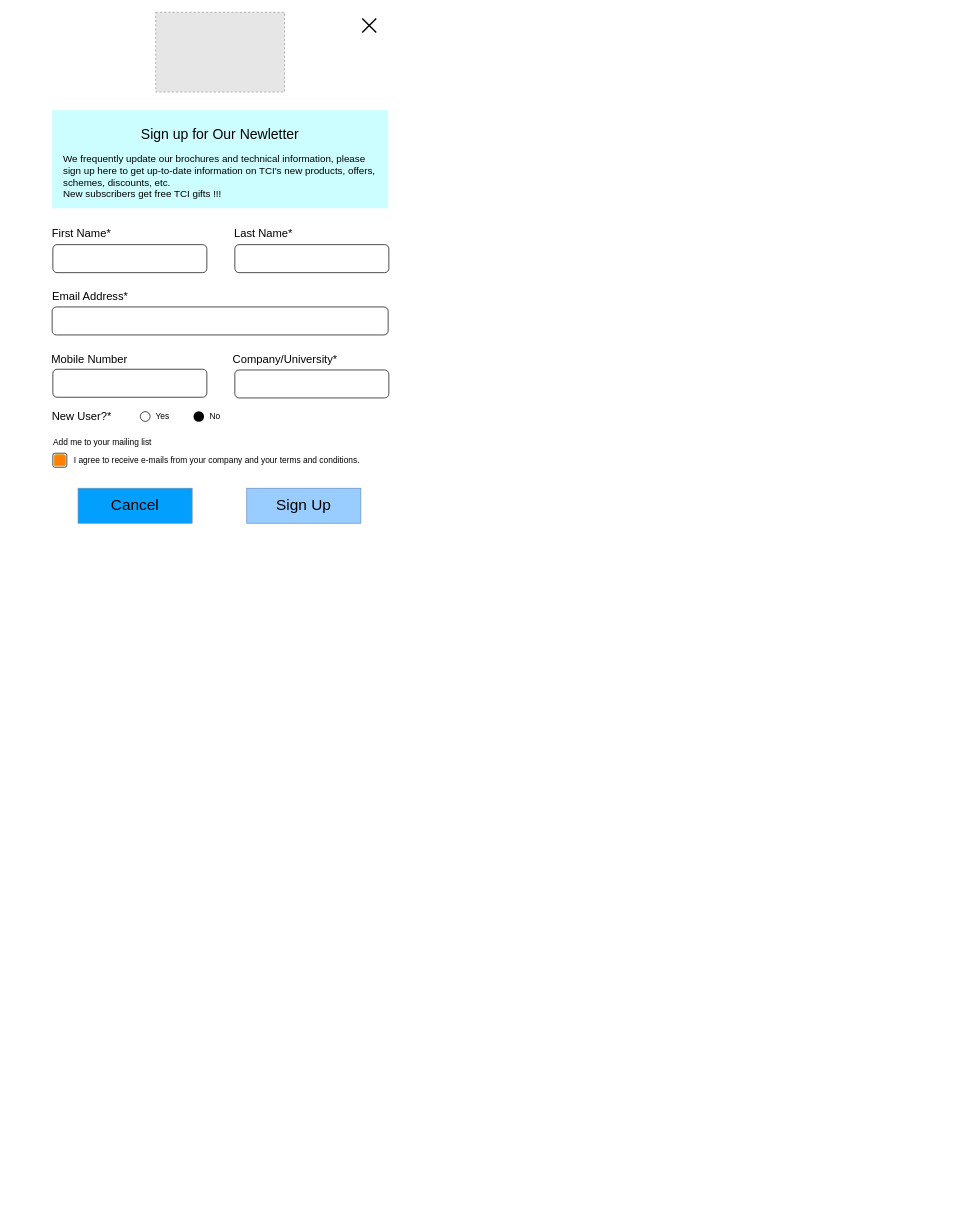
pinestran/transferfiles keeps this draw.io diagram as page "Page-3" (3 of 3) of diagrams/DrawTemp.drawio. Above is the earlier version. Source tidied: cells renumbered, new cells numbered last; positions are measured from the earlier drawing's top-left corner, leaving out a move shared by most shapes. Both pictures are drawn from the tidied source at 70%, with x=0, y=0 at pixel (42, 12). Pictures stored in the file or linked from it are replaced by grey dashed boxes.
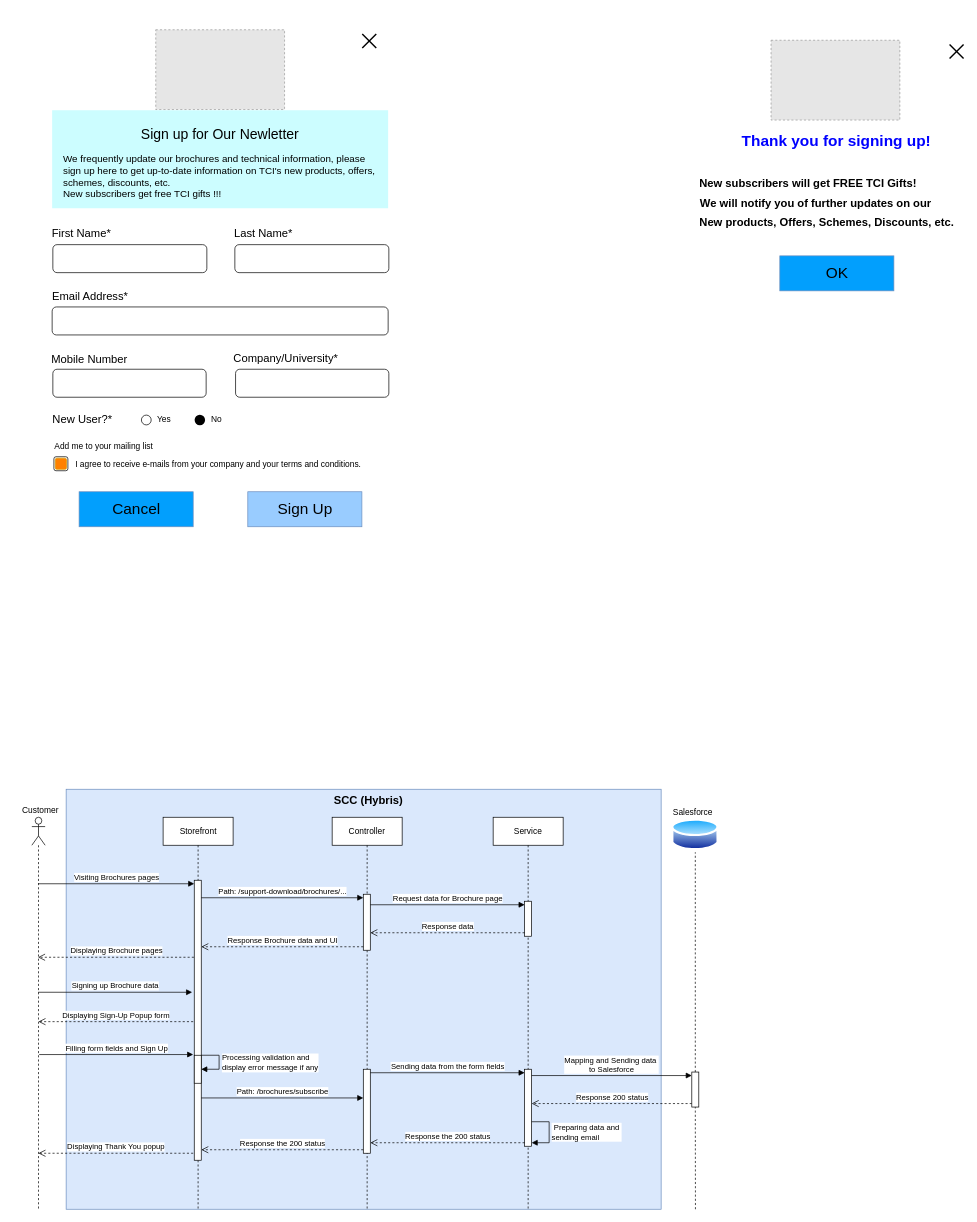
The same page after the edit.

Change to the diagram source:
```diff
@@
+    <mxCell id="27" style="rounded=0;whiteSpace=wrap;html=1;fillColor=#dae8fc;strokeColor=#6c8ebf;" parent="1" vertex="1">
+      <mxGeometry x="34" y="1110" width="850" height="600" as="geometry" />
+    </mxCell>
@@
     <mxCell id="3" style="fillColor=#E6E6E6;strokeColor=#999999;dashed=1;verticalLabelPosition=bottom;labelBackgroundColor=default;verticalAlign=top;" parent="1" vertex="1">
-      <mxGeometry x="162" width="184" height="114" as="geometry" />
+      <mxGeometry x="162" y="25" width="184" height="114" as="geometry" />
     </mxCell>
@@
     <mxCell id="10" style="rounded=1;whiteSpace=wrap;html=1;" parent="1" vertex="1">
-      <mxGeometry x="15" y="510" width="220" height="40" as="geometry" />
+      <mxGeometry x="15" y="510" width="219" height="40" as="geometry" />
     </mxCell>
     <mxCell id="11" value="&lt;font style=&quot;font-size: 16px;&quot;&gt;Company/University*&lt;br&gt;&lt;/font&gt;" style="text;html=1;strokeColor=none;fillColor=none;align=center;verticalAlign=middle;whiteSpace=wrap;rounded=0;" parent="1" vertex="1">
-      <mxGeometry x="292" y="480" width="110" height="30" as="geometry" />
+      <mxGeometry x="293" y="479" width="110" height="30" as="geometry" />
     </mxCell>
@@
     <mxCell id="13" style="rounded=1;whiteSpace=wrap;html=1;" parent="1" vertex="1">
-      <mxGeometry x="275" y="511" width="220" height="40" as="geometry" />
+      <mxGeometry x="276" y="510" width="219" height="40" as="geometry" />
     </mxCell>
     <mxCell id="14" value="&lt;font style=&quot;font-size: 16px;&quot;&gt;New User?*&lt;/font&gt;" style="text;html=1;strokeColor=none;fillColor=none;align=center;verticalAlign=middle;whiteSpace=wrap;rounded=0;" parent="1" vertex="1">
-      <mxGeometry x="-0.5" y="565" width="113" height="23" as="geometry" />
+      <mxGeometry x="1" y="570" width="113" height="23" as="geometry" />
     </mxCell>
     <mxCell id="15" style="ellipse;whiteSpace=wrap;html=1;" parent="1" vertex="1">
-      <mxGeometry x="140" y="570.5" width="14" height="14" as="geometry" />
+      <mxGeometry x="141.5" y="575.5" width="14" height="14" as="geometry" />
     </mxCell>
     <mxCell id="16" style="ellipse;html=1;shape=endState;fillColor=#000000;strokeColor=none;" parent="1" vertex="1">
-      <mxGeometry x="212" y="566" width="23" height="23" as="geometry" />
+      <mxGeometry x="213.5" y="571" width="23" height="23" as="geometry" />
     </mxCell>
     <mxCell id="17" value="Yes" style="text;html=1;strokeColor=none;fillColor=none;align=center;verticalAlign=middle;whiteSpace=wrap;rounded=0;" parent="1" vertex="1">
-      <mxGeometry x="157" y="565" width="30" height="23" as="geometry" />
+      <mxGeometry x="158.5" y="570" width="30" height="23" as="geometry" />
     </mxCell>
     <mxCell id="18" value="No" style="text;html=1;strokeColor=none;fillColor=none;align=center;verticalAlign=middle;whiteSpace=wrap;rounded=0;" parent="1" vertex="1">
-      <mxGeometry x="232" y="565" width="30" height="23" as="geometry" />
+      <mxGeometry x="233.5" y="570" width="30" height="23" as="geometry" />
     </mxCell>
     <mxCell id="19" value="Add me to your mailing list" style="text;html=1;strokeColor=none;fillColor=none;align=center;verticalAlign=middle;whiteSpace=wrap;rounded=0;" parent="1" vertex="1">
-      <mxGeometry x="1" y="600" width="170" height="30" as="geometry" />
+      <mxGeometry x="2.5" y="605" width="170" height="30" as="geometry" />
     </mxCell>
     <mxCell id="20" value="I agree to receive e-mails from your company and your terms and conditions." style="text;html=1;align=center;verticalAlign=middle;strokeColor=none;fillColor=none;" parent="1" vertex="1">
-      <mxGeometry x="29" y="626" width="440" height="30" as="geometry" />
+      <mxGeometry x="30.5" y="631" width="440" height="30" as="geometry" />
     </mxCell>
     <mxCell id="21" style="rounded=1;whiteSpace=wrap;html=1;" parent="1" vertex="1">
-      <mxGeometry x="15" y="630" width="20" height="20" as="geometry" />
+      <mxGeometry x="16.5" y="635" width="20" height="20" as="geometry" />
     </mxCell>
     <mxCell id="22" style="rounded=1;whiteSpace=wrap;html=1;fillColor=#FF8000;strokeColor=#d79b00;" parent="1" vertex="1">
-      <mxGeometry x="17" y="632" width="16" height="16" as="geometry" />
+      <mxGeometry x="18.5" y="637" width="16" height="16" as="geometry" />
     </mxCell>
     <mxCell id="23" value="&lt;font style=&quot;font-size: 22px;&quot;&gt;Cancel&lt;/font&gt;" style="rounded=0;whiteSpace=wrap;html=1;fillColor=#029ffd;strokeColor=#6c8ebf;" parent="1" vertex="1">
-      <mxGeometry x="51" y="680" width="163" height="50" as="geometry" />
+      <mxGeometry x="52.5" y="685" width="163" height="50" as="geometry" />
     </mxCell>
     <mxCell id="24" value="&lt;div&gt;&lt;font style=&quot;font-size: 22px;&quot;&gt;Sign Up&lt;/font&gt;&lt;/div&gt;" style="rounded=0;whiteSpace=wrap;html=1;fillColor=#99CCFF;strokeColor=#6c8ebf;" parent="1" vertex="1">
-      <mxGeometry x="292" y="680" width="163" height="50" as="geometry" />
+      <mxGeometry x="293.5" y="685" width="163" height="50" as="geometry" />
     </mxCell>
     <mxCell id="25" style="endArrow=none;html=1;rounded=0;strokeWidth=2;" parent="1" edge="1">
       <mxGeometry relative="1" as="geometry">
-        <mxPoint x="457" y="29" as="sourcePoint" />
-        <mxPoint x="477" y="9" as="targetPoint" />
+        <mxPoint x="457" y="51" as="sourcePoint" />
+        <mxPoint x="477" y="31" as="targetPoint" />
       </mxGeometry>
     </mxCell>
     <mxCell id="26" style="endArrow=none;html=1;rounded=0;strokeWidth=2;" parent="1" edge="1">
       <mxGeometry relative="1" as="geometry">
-        <mxPoint x="477" y="29" as="sourcePoint" />
-        <mxPoint x="457" y="9" as="targetPoint" />
+        <mxPoint x="477" y="51" as="sourcePoint" />
+        <mxPoint x="457" y="31" as="targetPoint" />
       </mxGeometry>
     </mxCell>
+    <mxCell id="28" style="fillColor=#E6E6E6;strokeColor=#999999;dashed=1;verticalLabelPosition=bottom;labelBackgroundColor=default;verticalAlign=top;" parent="1" vertex="1">
+      <mxGeometry x="1041" y="40" width="184" height="114" as="geometry" />
+    </mxCell>
+    <mxCell id="29" value="&lt;font style=&quot;font-size: 22px;&quot;&gt;OK&lt;/font&gt;" style="rounded=0;whiteSpace=wrap;html=1;fillColor=#029ffd;strokeColor=#6c8ebf;" parent="1" vertex="1">
+      <mxGeometry x="1053.5" y="348" width="163" height="50" as="geometry" />
+    </mxCell>
+    <mxCell id="30" style="endArrow=none;html=1;rounded=0;strokeWidth=2;fontSize=8;" parent="1" edge="1">
+      <mxGeometry relative="1" as="geometry">
+        <mxPoint x="1296" y="66" as="sourcePoint" />
+        <mxPoint x="1316" y="46" as="targetPoint" />
+      </mxGeometry>
+    </mxCell>
+    <mxCell id="31" style="endArrow=none;html=1;rounded=0;strokeWidth=2;fontSize=8;" parent="1" edge="1">
+      <mxGeometry relative="1" as="geometry">
+        <mxPoint x="1316" y="66" as="sourcePoint" />
+        <mxPoint x="1296" y="46" as="targetPoint" />
+      </mxGeometry>
+    </mxCell>
+    <mxCell id="32" value="&lt;font size=&quot;1&quot; color=&quot;#0000ff&quot;&gt;&lt;b style=&quot;font-size: 22px;&quot;&gt;Thank you for signing up!&lt;/b&gt;&lt;/font&gt;" style="text;html=1;strokeColor=none;fillColor=none;align=center;verticalAlign=middle;whiteSpace=wrap;rounded=0;" parent="1" vertex="1">
+      <mxGeometry x="994.4" y="170" width="281.2" height="30" as="geometry" />
+    </mxCell>
+    <mxCell id="33" value="New products, Offers, Schemes, Discounts, etc." style="text;strokeColor=none;fillColor=none;align=left;verticalAlign=middle;rounded=0;spacingTop=10;spacing=0;spacingBottom=0;horizontal=1;spacingLeft=0;spacingRight=0;fontSize=16;fontStyle=1;" parent="1" vertex="1">
+      <mxGeometry x="939" y="279" width="291" height="30" as="geometry" />
+    </mxCell>
+    <mxCell id="34" value="&lt;b&gt;&lt;font style=&quot;font-size: 16px;&quot;&gt;New subscribers will get FREE TCI Gifts!&lt;/font&gt;&lt;/b&gt;" style="text;html=1;strokeColor=none;fillColor=none;align=center;verticalAlign=middle;whiteSpace=wrap;rounded=0;" parent="1" vertex="1">
+      <mxGeometry x="934" y="229" width="320" height="30" as="geometry" />
+    </mxCell>
+    <mxCell id="35" value="&lt;font style=&quot;font-size: 16px;&quot;&gt;&lt;b&gt;We will notify you of further updates on our &lt;/b&gt;&lt;/font&gt;" style="text;html=1;strokeColor=none;fillColor=none;align=center;verticalAlign=middle;whiteSpace=wrap;rounded=0;" parent="1" vertex="1">
+      <mxGeometry x="929.6" y="258" width="350" height="30" as="geometry" />
+    </mxCell>
+    <mxCell id="36" style="shape=umlLifeline;perimeter=lifelinePerimeter;whiteSpace=wrap;html=1;outlineConnect=0;portConstraint=eastwest;newEdgeStyle={&quot;curved&quot;:0,&quot;rounded&quot;:0};participant=umlActor;" parent="1" vertex="1">
+      <mxGeometry x="-15" y="1150" width="19" height="560" as="geometry" />
+    </mxCell>
+    <mxCell id="37" value="Storefront" style="shape=umlLifeline;perimeter=lifelinePerimeter;whiteSpace=wrap;html=1;newEdgeStyle={&quot;curved&quot;:0,&quot;rounded&quot;:0};" parent="1" vertex="1">
+      <mxGeometry x="172.5" y="1150" width="100" height="560" as="geometry" />
+    </mxCell>
+    <mxCell id="38" style="html=1;points=[[0,0,0,0,5],[0,1,0,0,-5],[1,0,0,0,5],[1,1,0,0,-5]];perimeter=orthogonalPerimeter;outlineConnect=0;targetShapes=umlLifeline;portConstraint=eastwest;newEdgeStyle={&quot;curved&quot;:0,&quot;rounded&quot;:0};" parent="37" vertex="1">
+      <mxGeometry x="44.5" y="90" width="10" height="400" as="geometry" />
+    </mxCell>
+    <mxCell id="39" style="html=1;points=[[0,0,0,0,5],[0,1,0,0,-5],[1,0,0,0,5],[1,1,0,0,-5]];perimeter=orthogonalPerimeter;outlineConnect=0;targetShapes=umlLifeline;portConstraint=eastwest;newEdgeStyle={&quot;curved&quot;:0,&quot;rounded&quot;:0};" parent="37" vertex="1">
+      <mxGeometry x="44.5" y="340" width="10" height="40" as="geometry" />
+    </mxCell>
+    <mxCell id="40" value="&lt;div&gt;Processing validation and&lt;/div&gt;&lt;div&gt;display error message if any&lt;br&gt;&lt;/div&gt;" style="html=1;align=left;spacingLeft=2;endArrow=block;rounded=0;edgeStyle=orthogonalEdgeStyle;curved=0;rounded=0;" parent="37" edge="1" target="39">
+      <mxGeometry relative="1" as="geometry">
+        <mxPoint x="54.5" y="340" as="sourcePoint" />
+        <Array as="points">
+          <mxPoint x="80" y="340" />
+          <mxPoint x="80" y="360" />
+        </Array>
+      </mxGeometry>
+    </mxCell>
+    <mxCell id="41" value="Controller" style="shape=umlLifeline;perimeter=lifelinePerimeter;whiteSpace=wrap;html=1;newEdgeStyle={&quot;curved&quot;:0,&quot;rounded&quot;:0};" parent="1" vertex="1">
+      <mxGeometry x="414" y="1150" width="100" height="560" as="geometry" />
+    </mxCell>
+    <mxCell id="42" style="html=1;points=[[0,0,0,0,5],[0,1,0,0,-5],[1,0,0,0,5],[1,1,0,0,-5]];perimeter=orthogonalPerimeter;outlineConnect=0;targetShapes=umlLifeline;portConstraint=eastwest;newEdgeStyle={&quot;curved&quot;:0,&quot;rounded&quot;:0};" parent="41" vertex="1">
+      <mxGeometry x="44.5" y="110" width="10" height="80" as="geometry" />
+    </mxCell>
+    <mxCell id="43" style="html=1;points=[[0,0,0,0,5],[0,1,0,0,-5],[1,0,0,0,5],[1,1,0,0,-5]];perimeter=orthogonalPerimeter;outlineConnect=0;targetShapes=umlLifeline;portConstraint=eastwest;newEdgeStyle={&quot;curved&quot;:0,&quot;rounded&quot;:0};" parent="41" vertex="1">
+      <mxGeometry x="44.5" y="360" width="10" height="120" as="geometry" />
+    </mxCell>
+    <mxCell id="44" value="Service" style="shape=umlLifeline;perimeter=lifelinePerimeter;whiteSpace=wrap;html=1;newEdgeStyle={&quot;curved&quot;:0,&quot;rounded&quot;:0};" parent="1" vertex="1">
+      <mxGeometry x="644" y="1150" width="100" height="560" as="geometry" />
+    </mxCell>
+    <mxCell id="45" style="html=1;points=[[0,0,0,0,5],[0,1,0,0,-5],[1,0,0,0,5],[1,1,0,0,-5]];perimeter=orthogonalPerimeter;outlineConnect=0;targetShapes=umlLifeline;portConstraint=eastwest;newEdgeStyle={&quot;curved&quot;:0,&quot;rounded&quot;:0};" parent="44" vertex="1">
+      <mxGeometry x="45" y="120" width="10" height="50" as="geometry" />
+    </mxCell>
+    <mxCell id="46" style="html=1;points=[[0,0,0,0,5],[0,1,0,0,-5],[1,0,0,0,5],[1,1,0,0,-5]];perimeter=orthogonalPerimeter;outlineConnect=0;targetShapes=umlLifeline;portConstraint=eastwest;newEdgeStyle={&quot;curved&quot;:0,&quot;rounded&quot;:0};" parent="44" vertex="1">
+      <mxGeometry x="45" y="360" width="10" height="110" as="geometry" />
+    </mxCell>
+    <mxCell id="47" style="image;perimeter=ellipsePerimeter;html=1;align=center;shadow=0;dashed=0;spacingTop=3;image=img/lib/active_directory/database.svg;" parent="1" vertex="1">
+      <mxGeometry x="899" y="1150" width="67.6" height="50" as="geometry" />
+    </mxCell>
+    <mxCell id="48" style="endArrow=none;dashed=1;html=1;rounded=0;entryX=0.5;entryY=1;entryDx=0;entryDy=0;" parent="1" edge="1" source="65" target="47">
+      <mxGeometry relative="1" as="geometry" />
+    </mxCell>
+    <mxCell id="49" value="Visiting Brochures pages" style="html=1;verticalAlign=bottom;endArrow=block;curved=0;rounded=0;entryX=0;entryY=0;entryDx=0;entryDy=5;" parent="1" edge="1" source="36" target="38">
+      <mxGeometry relative="1" as="geometry" />
+    </mxCell>
+    <mxCell id="50" value="&lt;div&gt;Path: /support-download/brochures/...&lt;/div&gt;" style="html=1;verticalAlign=bottom;endArrow=block;curved=0;rounded=0;entryX=0;entryY=0;entryDx=0;entryDy=5;" parent="1" edge="1" source="38" target="42">
+      <mxGeometry relative="1" as="geometry" />
+    </mxCell>
+    <mxCell id="51" value="Request data for Brochure page" style="html=1;verticalAlign=bottom;endArrow=block;curved=0;rounded=0;entryX=0;entryY=0;entryDx=0;entryDy=5;" parent="1" edge="1" source="42" target="45">
+      <mxGeometry relative="1" as="geometry" />
+    </mxCell>
+    <mxCell id="52" value="&lt;div&gt;Response data&lt;/div&gt;" style="html=1;verticalAlign=bottom;endArrow=open;dashed=1;endSize=8;curved=0;rounded=0;exitX=0;exitY=1;exitDx=0;exitDy=-5;" parent="1" edge="1" source="45" target="42">
+      <mxGeometry relative="1" as="geometry" />
+    </mxCell>
+    <mxCell id="53" value="&lt;div&gt;Response Brochure data and UI&lt;/div&gt;" style="html=1;verticalAlign=bottom;endArrow=open;dashed=1;endSize=8;curved=0;rounded=0;exitX=0;exitY=1;exitDx=0;exitDy=-5;" parent="1" edge="1" source="42" target="38">
+      <mxGeometry relative="1" as="geometry" />
+    </mxCell>
+    <mxCell id="54" value="Displaying Brochure pages" style="html=1;verticalAlign=bottom;endArrow=open;dashed=1;endSize=8;curved=0;rounded=0;" parent="1" edge="1">
+      <mxGeometry relative="1" as="geometry">
+        <mxPoint x="216.5" y="1350" as="sourcePoint" />
+        <mxPoint x="-6.2" y="1350" as="targetPoint" />
+      </mxGeometry>
+    </mxCell>
+    <mxCell id="55" value="Signing up Brochure data" style="html=1;verticalAlign=bottom;endArrow=block;curved=0;rounded=0;entryX=-0.3;entryY=0.4;entryDx=0;entryDy=0;entryPerimeter=0;" parent="1" edge="1" target="38">
+      <mxGeometry relative="1" as="geometry">
+        <mxPoint x="-6" y="1400" as="sourcePoint" />
+      </mxGeometry>
+    </mxCell>
+    <mxCell id="56" value="Displaying Sign-Up Popup form" style="html=1;verticalAlign=bottom;endArrow=open;dashed=1;endSize=8;curved=0;rounded=0;" parent="1" edge="1">
+      <mxGeometry relative="1" as="geometry">
+        <mxPoint x="215.5" y="1442" as="sourcePoint" />
+        <mxPoint x="-5.6" y="1442" as="targetPoint" />
+      </mxGeometry>
+    </mxCell>
+    <mxCell id="57" value="Filling form fields and Sign Up" style="html=1;verticalAlign=bottom;endArrow=block;curved=0;rounded=0;entryX=-0.3;entryY=0.4;entryDx=0;entryDy=0;entryPerimeter=0;" parent="1" edge="1">
+      <mxGeometry relative="1" as="geometry">
+        <mxPoint x="-4.5" y="1489" as="sourcePoint" />
+        <mxPoint x="215.5" y="1489" as="targetPoint" />
+      </mxGeometry>
+    </mxCell>
+    <mxCell id="58" value="Customer" style="text;html=1;align=center;verticalAlign=middle;strokeColor=none;fillColor=none;" parent="1" vertex="1">
+      <mxGeometry x="-43.5" y="1126" width="80" height="30" as="geometry" />
+    </mxCell>
+    <mxCell id="59" value="Path: /brochures/subscribe" style="html=1;verticalAlign=bottom;endArrow=block;curved=0;rounded=0;entryX=0;entryY=0;entryDx=0;entryDy=5;" parent="1" edge="1">
+      <mxGeometry relative="1" as="geometry">
+        <mxPoint x="227" y="1551" as="sourcePoint" />
+        <mxPoint x="458.5" y="1551" as="targetPoint" />
+      </mxGeometry>
+    </mxCell>
+    <mxCell id="60" value="Response the 200 status" style="html=1;verticalAlign=bottom;endArrow=open;dashed=1;endSize=8;curved=0;rounded=0;exitX=0;exitY=1;exitDx=0;exitDy=-5;" parent="1" edge="1" source="43" target="38">
+      <mxGeometry relative="1" as="geometry" />
+    </mxCell>
+    <mxCell id="61" value="Sending data from the form fields" style="html=1;verticalAlign=bottom;endArrow=block;curved=0;rounded=0;entryX=0;entryY=0;entryDx=0;entryDy=5;" parent="1" edge="1" source="43" target="46">
+      <mxGeometry relative="1" as="geometry" />
+    </mxCell>
+    <mxCell id="62" value="&lt;div&gt;Mapping and Sending data&amp;nbsp;&lt;/div&gt;&lt;div&gt;to Salesforce&lt;/div&gt;" style="html=1;verticalAlign=bottom;endArrow=block;curved=0;rounded=0;entryX=0;entryY=0;entryDx=0;entryDy=5;" parent="1" edge="1" target="65">
+      <mxGeometry relative="1" as="geometry">
+        <mxPoint x="699" y="1519" as="sourcePoint" />
+      </mxGeometry>
+    </mxCell>
+    <mxCell id="63" value="Response 200 status" style="html=1;verticalAlign=bottom;endArrow=open;dashed=1;endSize=8;curved=0;rounded=0;exitX=0;exitY=1;exitDx=0;exitDy=-5;" parent="1" edge="1" source="65">
+      <mxGeometry relative="1" as="geometry">
+        <mxPoint x="699" y="1559" as="targetPoint" />
+      </mxGeometry>
+    </mxCell>
+    <mxCell id="64" style="endArrow=none;dashed=1;html=1;rounded=0;entryX=0.5;entryY=1;entryDx=0;entryDy=0;" parent="1" edge="1" target="65">
+      <mxGeometry relative="1" as="geometry">
+        <mxPoint x="933" y="1710" as="sourcePoint" />
+      </mxGeometry>
+    </mxCell>
+    <mxCell id="65" style="html=1;points=[[0,0,0,0,5],[0,1,0,0,-5],[1,0,0,0,5],[1,1,0,0,-5]];perimeter=orthogonalPerimeter;outlineConnect=0;targetShapes=umlLifeline;portConstraint=eastwest;newEdgeStyle={&quot;curved&quot;:0,&quot;rounded&quot;:0};" parent="1" vertex="1">
+      <mxGeometry x="927.8" y="1514" width="10" height="50" as="geometry" />
+    </mxCell>
+    <mxCell id="66" value="Response the 200 status" style="html=1;verticalAlign=bottom;endArrow=open;dashed=1;endSize=8;curved=0;rounded=0;exitX=0;exitY=1;exitDx=0;exitDy=-5;" parent="1" edge="1" source="46" target="43">
+      <mxGeometry relative="1" as="geometry" />
+    </mxCell>
+    <mxCell id="67" value="Displaying Thank You popup" style="html=1;verticalAlign=bottom;endArrow=open;dashed=1;endSize=8;curved=0;rounded=0;" parent="1" edge="1">
+      <mxGeometry relative="1" as="geometry">
+        <mxPoint x="215.5" y="1630" as="sourcePoint" />
+        <mxPoint x="-5.6" y="1630" as="targetPoint" />
+      </mxGeometry>
+    </mxCell>
+    <mxCell id="68" value="&lt;div&gt;&amp;nbsp;Preparing data and&amp;nbsp;&lt;/div&gt;&lt;div&gt;sending email&lt;/div&gt;" style="html=1;align=left;spacingLeft=2;endArrow=block;rounded=0;edgeStyle=orthogonalEdgeStyle;curved=0;rounded=0;" parent="1" edge="1">
+      <mxGeometry relative="1" as="geometry">
+        <mxPoint x="699" y="1585" as="sourcePoint" />
+        <mxPoint x="699" y="1615" as="targetPoint" />
+        <Array as="points">
+          <mxPoint x="724" y="1585" />
+          <mxPoint x="724" y="1615" />
+        </Array>
+      </mxGeometry>
+    </mxCell>
+    <mxCell id="69" value="Salesforce" style="text;html=1;align=center;verticalAlign=middle;strokeColor=none;fillColor=none;" parent="1" vertex="1">
+      <mxGeometry x="888.6" y="1128" width="80" height="30" as="geometry" />
+    </mxCell>
+    <mxCell id="70" value="&lt;font size=&quot;1&quot;&gt;&lt;b&gt;&lt;font style=&quot;font-size: 16px;&quot;&gt;SCC (Hybris)&lt;/font&gt;&lt;/b&gt;&lt;/font&gt;" style="text;html=1;strokeColor=none;fillColor=none;align=center;verticalAlign=middle;whiteSpace=wrap;rounded=0;" parent="1" vertex="1">
+      <mxGeometry x="396.5" y="1110" width="137.5" height="30" as="geometry" />
+    </mxCell>
```
